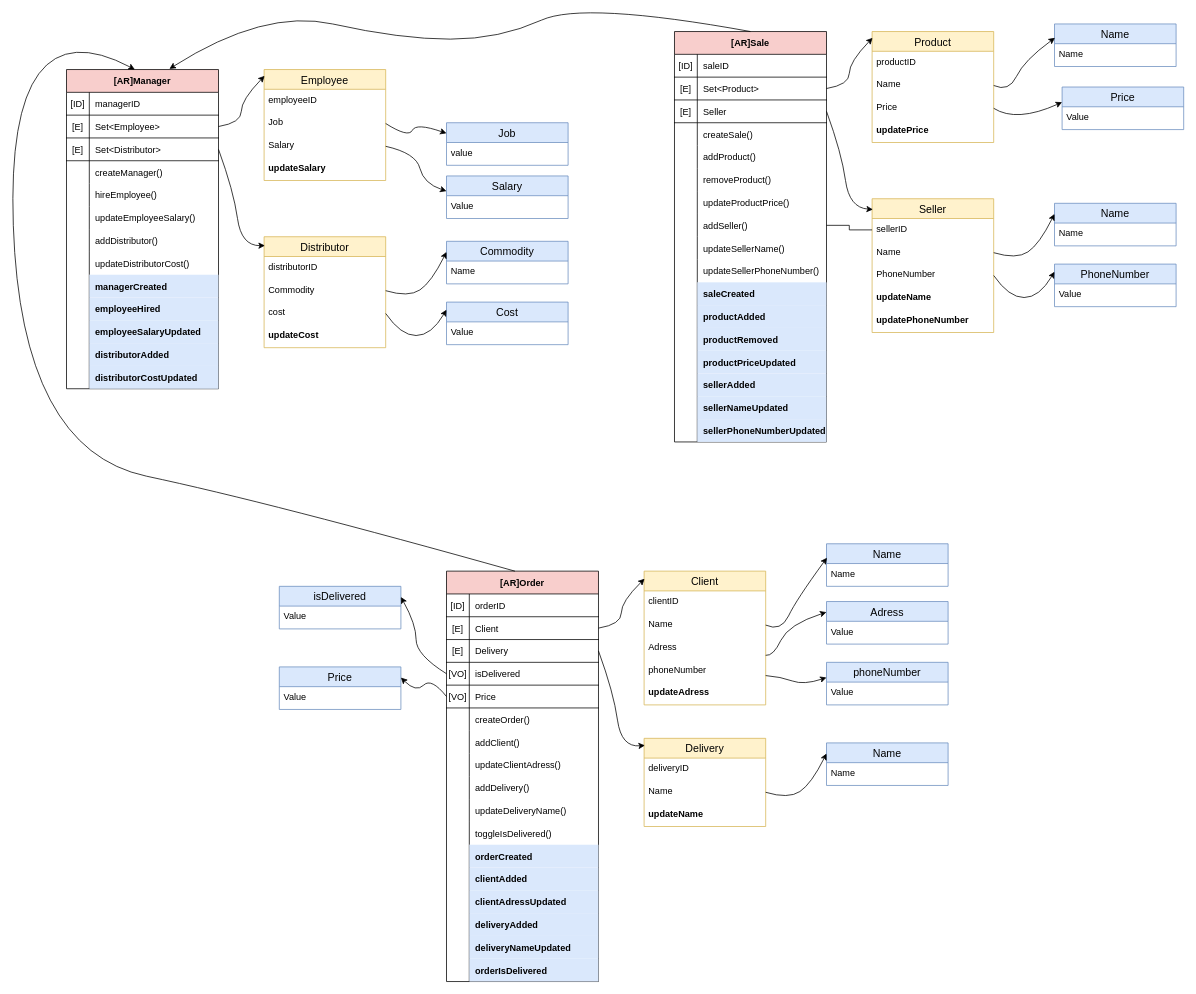
xtianbritos/RetoDDD keeps this draw.io diagram as page "Model" (3 of 3) of Heladeria.drawio. Above is the earlier version. Source tidied: cells renumbered, new cells numbered last; positions are measured from the earlier drawing's top-left corner, leaving out a move shared by most shapes. Both pictures are drawn from the tidied source at 76%, with x=0, y=0 at pixel (5, 1).
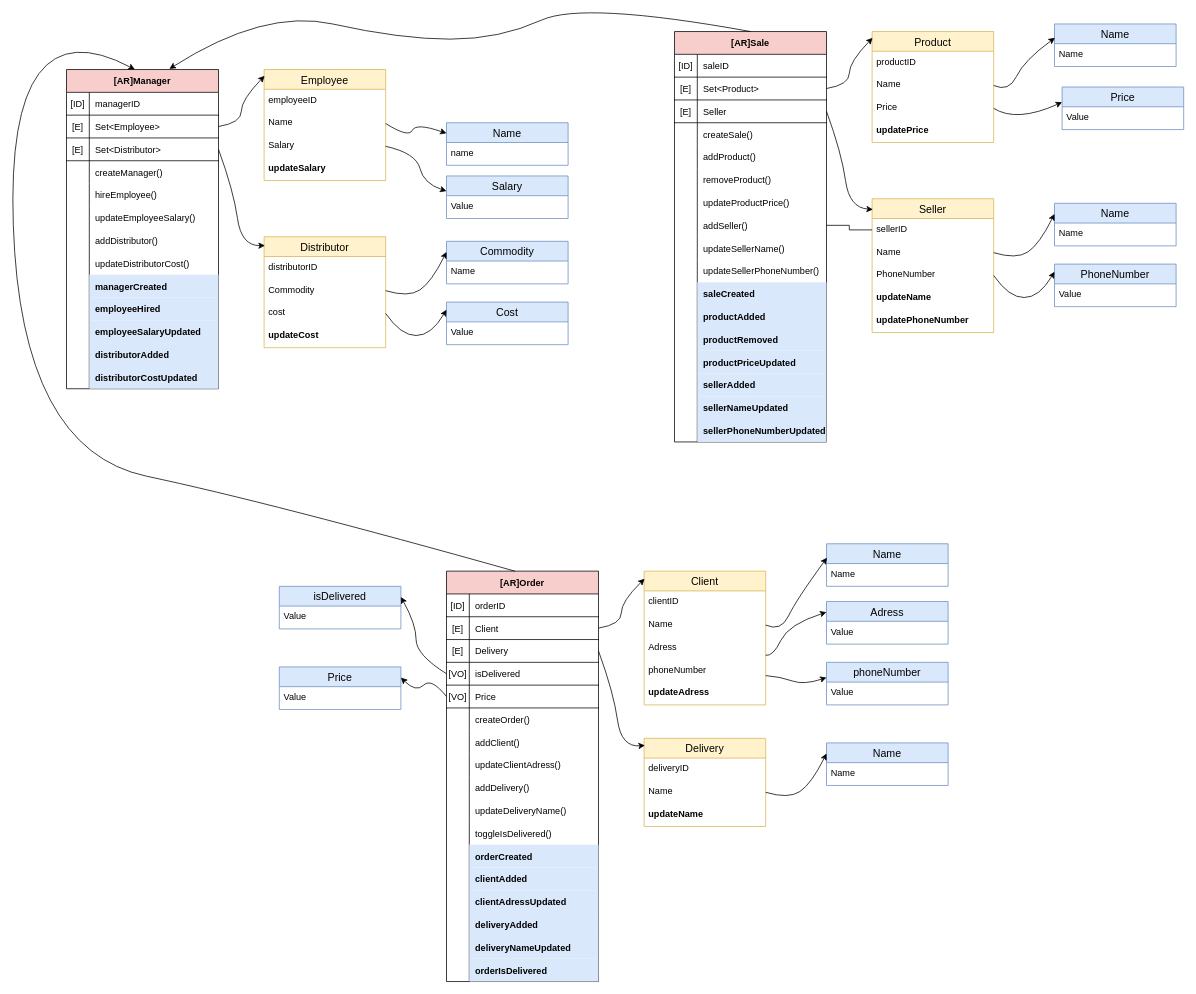
Above is the later version.

The change refers to these unchanged cells:
```xml
<mxCell id="201" value="Employee" style="swimlane;fontStyle=0;horizontal=1;startSize=26;align=center;fontSize=14;fillColor=#fff2cc;strokeColor=#d6b656;" parent="1" vertex="1">
  <mxGeometry x="340" y="90" width="160" height="146" as="geometry" />
</mxCell>
```

What changed in the source:
```diff
@@
-    <mxCell id="203" value="Job" style="text;strokeColor=none;fillColor=none;spacingLeft=4;spacingRight=4;overflow=hidden;points=[[0,0.5],[1,0.5]];portConstraint=eastwest;fontSize=12;" parent="201" vertex="1">
+    <mxCell id="203" value="Name" style="text;strokeColor=none;fillColor=none;spacingLeft=4;spacingRight=4;overflow=hidden;points=[[0,0.5],[1,0.5]];portConstraint=eastwest;fontSize=12;" parent="201" vertex="1">
       <mxGeometry y="56" width="160" height="30" as="geometry" />
     </mxCell>
@@
-    <mxCell id="222" value="Job" style="swimlane;fontStyle=0;horizontal=1;startSize=26;align=center;fontSize=14;fillColor=#dae8fc;strokeColor=#6c8ebf;" parent="1" vertex="1">
+    <mxCell id="222" value="Name" style="swimlane;fontStyle=0;horizontal=1;startSize=26;align=center;fontSize=14;fillColor=#dae8fc;strokeColor=#6c8ebf;" parent="1" vertex="1">
       <mxGeometry x="580" y="160" width="160" height="56" as="geometry" />
     </mxCell>
-    <mxCell id="223" value="value" style="text;strokeColor=none;fillColor=none;spacingLeft=4;spacingRight=4;overflow=hidden;fontSize=12;" parent="222" vertex="1">
+    <mxCell id="223" value="name" style="text;strokeColor=none;fillColor=none;spacingLeft=4;spacingRight=4;overflow=hidden;fontSize=12;" parent="222" vertex="1">
       <mxGeometry y="26" width="160" height="30" as="geometry" />
     </mxCell>
```
